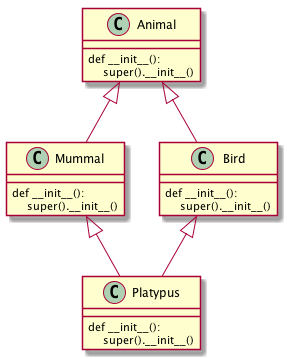
Above: images/animal_class_tree_uml.png in andgineer/sorokin.engineer (PlantUML), before the change. Its diagram source:
```plantuml
@startuml
class Animal {
def __init__(): \n     super().__init__()
}
class Mummal {
def __init__(): \n     super().__init__()
}
class Bird {
def __init__(): \n     super().__init__()
}
class Platypus {
def __init__(): \n     super().__init__()
}
Animal <|-- Mummal
Animal <|-- Bird
Bird <|-- Platypus
Mummal <|-- Platypus

@enduml
```
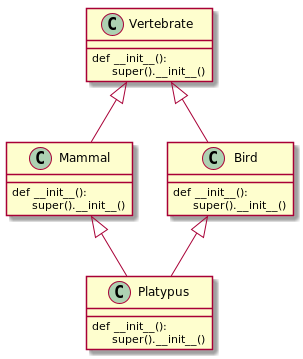
The same diagram one commit later.

The edit, as a diff of the source:
```diff
@@ -1,8 +1,8 @@
 @startuml
-class Animal {
+class Vertebrate {
 def __init__(): \n     super().__init__()
 }
-class Mummal {
+class Mammal {
 def __init__(): \n     super().__init__()
 }
 class Bird {
@@ -11,9 +11,9 @@
 class Platypus {
 def __init__(): \n     super().__init__()
 }
-Animal <|-- Mummal
-Animal <|-- Bird
+Vertebrate <|-- Mammal
+Vertebrate <|-- Bird
 Bird <|-- Platypus
-Mummal <|-- Platypus
+Mammal <|-- Platypus
 
 @enduml
```
